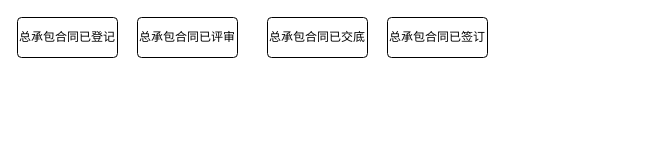
Before: 未命名绘图.drawio in YangLiuL/draw-res, a draw.io diagram. Source tidied: cells renumbered, new cells numbered last; positions are measured from the earlier drawing's top-left corner, leaving out a move shared by most shapes. Both pictures are drawn from the tidied source at 100%, with x=0, y=0 at pixel (17, 17).
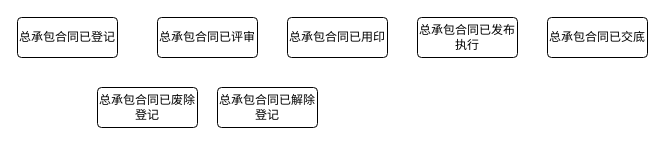
After the change.

What changed in the source:
```diff
@@
 <mxGraphModel>
   <root>
     <mxCell id="0" />
     <mxCell id="1" parent="0" />
     <mxCell id="2" value="总承包合同已评审" style="rounded=1;arcSize=10;whiteSpace=wrap;html=1;align=center;" parent="1" vertex="1">
-      <mxGeometry x="120" width="100" height="40" as="geometry" />
+      <mxGeometry x="140" width="100" height="40" as="geometry" />
     </mxCell>
     <mxCell id="3" value="总承包合同已登记" style="rounded=1;arcSize=10;whiteSpace=wrap;html=1;align=center;" parent="1" vertex="1">
       <mxGeometry width="100" height="40" as="geometry" />
     </mxCell>
     <mxCell id="4" value="总承包合同已交底" style="rounded=1;arcSize=10;whiteSpace=wrap;html=1;align=center;" parent="1" vertex="1">
-      <mxGeometry x="250" width="100" height="40" as="geometry" />
+      <mxGeometry x="530" width="100" height="40" as="geometry" />
     </mxCell>
-    <mxCell id="5" value="总承包合同已签订" style="rounded=1;arcSize=10;whiteSpace=wrap;html=1;align=center;" parent="1" vertex="1">
-      <mxGeometry x="370" width="100" height="40" as="geometry" />
-    </mxCell>
+    <mxCell id="6" value="总承包合同已发布执行" style="rounded=1;arcSize=10;whiteSpace=wrap;html=1;align=center;" parent="1" vertex="1">
+      <mxGeometry x="400" width="100" height="40" as="geometry" />
+    </mxCell>
+    <mxCell id="7" value="总承包合同已解除登记" style="rounded=1;arcSize=10;whiteSpace=wrap;html=1;align=center;" parent="1" vertex="1">
+      <mxGeometry x="200" y="70" width="100" height="40" as="geometry" />
+    </mxCell>
+    <mxCell id="8" value="总承包合同已废除登记" style="rounded=1;arcSize=10;whiteSpace=wrap;html=1;align=center;" parent="1" vertex="1">
+      <mxGeometry x="80" y="70" width="100" height="40" as="geometry" />
+    </mxCell>
+    <mxCell id="9" value="总承包合同已用印" style="rounded=1;arcSize=10;whiteSpace=wrap;html=1;align=center;" parent="1" vertex="1">
+      <mxGeometry x="270" width="100" height="40" as="geometry" />
+    </mxCell>
   </root>
 </mxGraphModel>
```
